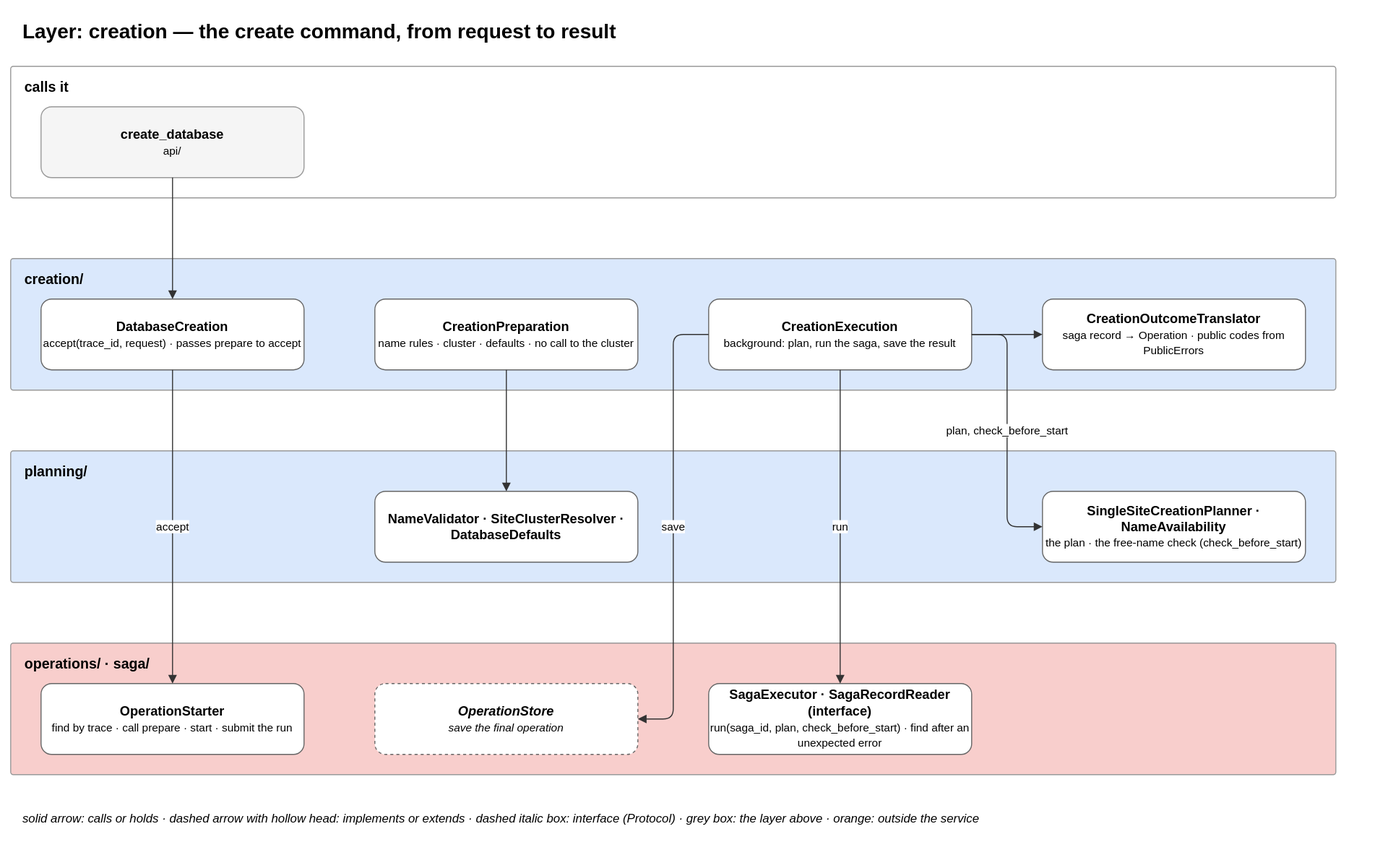
Above: docs/diagrams/04-layer-creation.drawio.svg in EliShteinman/redis-enterprise-services (draw.io), before the change. Source tidied: cells renumbered, new cells last; positions are measured from the earlier drawing's top-left corner, leaving out a move shared by most shapes.
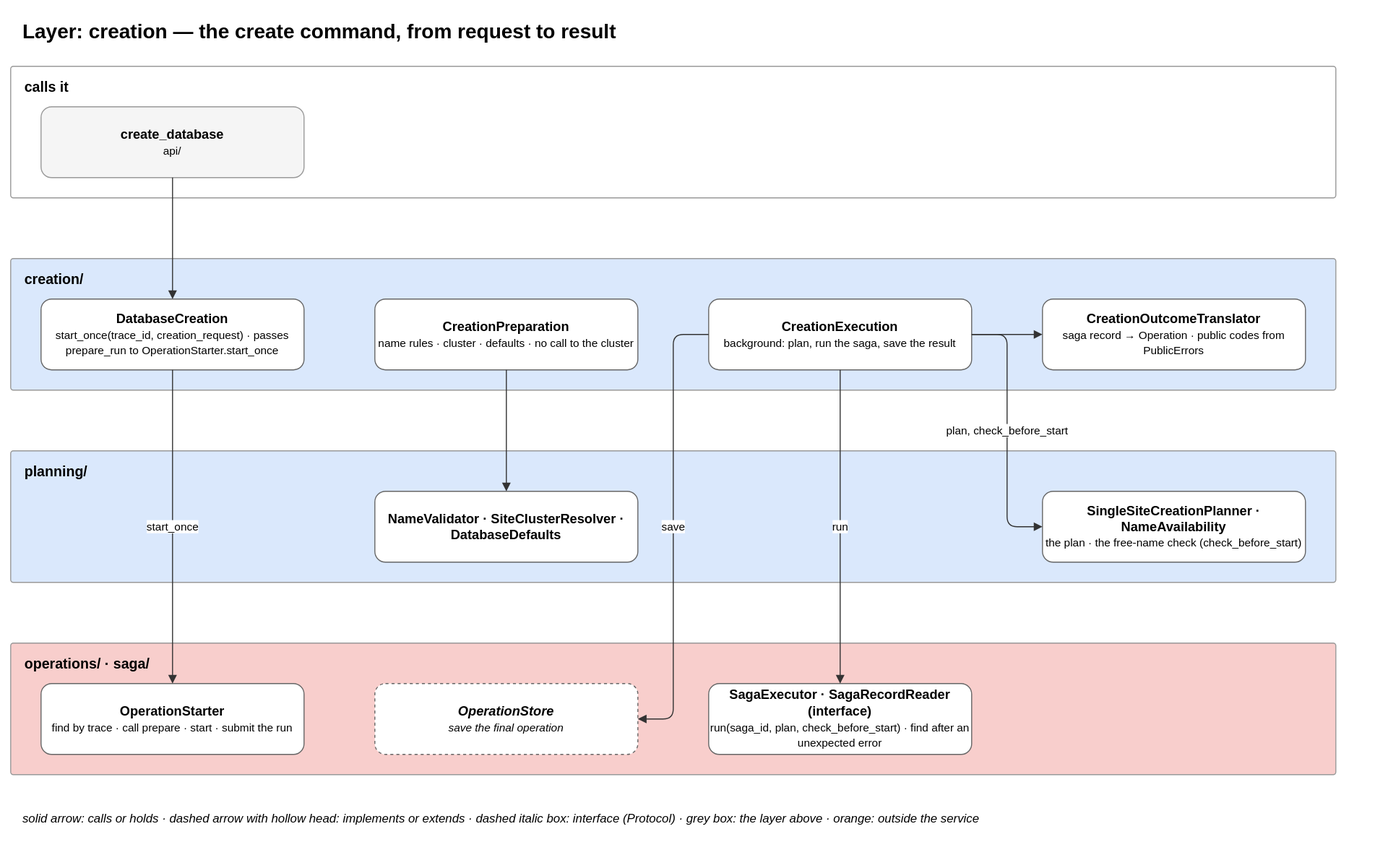
Above is the later version.

What changed in the source:
```diff
@@ -14,7 +14,7 @@
     <mxCell id="5" value="&lt;b&gt;creation/&lt;/b&gt;" style="rounded=1;arcSize=2;fillColor=#dae8fc;strokeColor=#999999;verticalAlign=top;align=left;spacingLeft=12;spacingTop=6;html=1;fontSize=14;" parent="1" vertex="1">
       <mxGeometry y="245" width="1310" height="130" as="geometry" />
     </mxCell>
-    <mxCell id="6" value="&lt;b&gt;DatabaseCreation&lt;/b&gt;&lt;br&gt;&lt;font style='font-size:11px'&gt;accept(trace_id, request) · passes prepare to accept&lt;/font&gt;" style="rounded=1;whiteSpace=wrap;html=1;fillColor=#ffffff;strokeColor=#666666;fontSize=13;" parent="1" vertex="1">
+    <mxCell id="6" value="&lt;b&gt;DatabaseCreation&lt;/b&gt;&lt;br&gt;&lt;font style='font-size:11px'&gt;start_once(trace_id, creation_request) · passes prepare_run to OperationStarter.start_once&lt;/font&gt;" style="rounded=1;whiteSpace=wrap;html=1;fillColor=#ffffff;strokeColor=#666666;fontSize=13;" parent="1" vertex="1">
       <mxGeometry x="30" y="285" width="260" height="70" as="geometry" />
     </mxCell>
     <mxCell id="7" value="&lt;b&gt;CreationPreparation&lt;/b&gt;&lt;br&gt;&lt;font style='font-size:11px'&gt;name rules · cluster · defaults · no call to the cluster&lt;/font&gt;" style="rounded=1;whiteSpace=wrap;html=1;fillColor=#ffffff;strokeColor=#666666;fontSize=13;" parent="1" vertex="1">
@@ -50,7 +50,7 @@
     <mxCell id="17" style="edgeStyle=orthogonalEdgeStyle;rounded=1;html=1;fontSize=11;labelBackgroundColor=#ffffff;exitX=0.5;exitY=1;entryX=0.5;entryY=0;endArrow=block;strokeColor=#333333;" parent="1" edge="1" source="4" target="6">
       <mxGeometry relative="1" as="geometry" />
     </mxCell>
-    <mxCell id="18" value="accept" style="edgeStyle=orthogonalEdgeStyle;rounded=1;html=1;fontSize=11;labelBackgroundColor=#ffffff;exitX=0.5;exitY=1;entryX=0.5;entryY=0;endArrow=block;strokeColor=#333333;" parent="1" edge="1" source="6" target="14">
+    <mxCell id="18" value="start_once" style="edgeStyle=orthogonalEdgeStyle;rounded=1;html=1;fontSize=11;labelBackgroundColor=#ffffff;exitX=0.5;exitY=1;entryX=0.5;entryY=0;endArrow=block;strokeColor=#333333;" parent="1" edge="1" source="6" target="14">
       <mxGeometry relative="1" as="geometry" />
     </mxCell>
     <mxCell id="19" style="edgeStyle=orthogonalEdgeStyle;rounded=1;html=1;fontSize=11;labelBackgroundColor=#ffffff;exitX=0.5;exitY=1;entryX=0.5;entryY=0;endArrow=block;strokeColor=#333333;" parent="1" edge="1" source="7" target="11">
```
